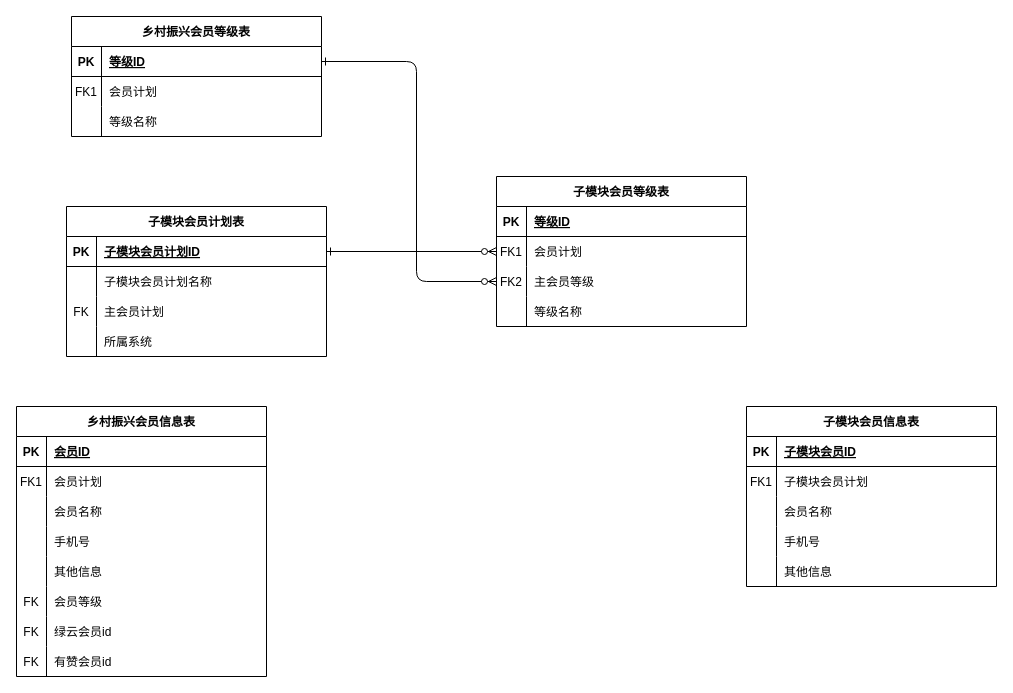
This is 未命名绘图.drawio from NASApilot/ACO, a draw.io file, before an edit. Source tidied: cells renumbered, new cells numbered last; positions are measured from the earlier drawing's top-left corner, leaving out a move shared by most shapes. Both pictures are drawn from the tidied source at 100%, with x=0, y=0 at pixel (16, 16).
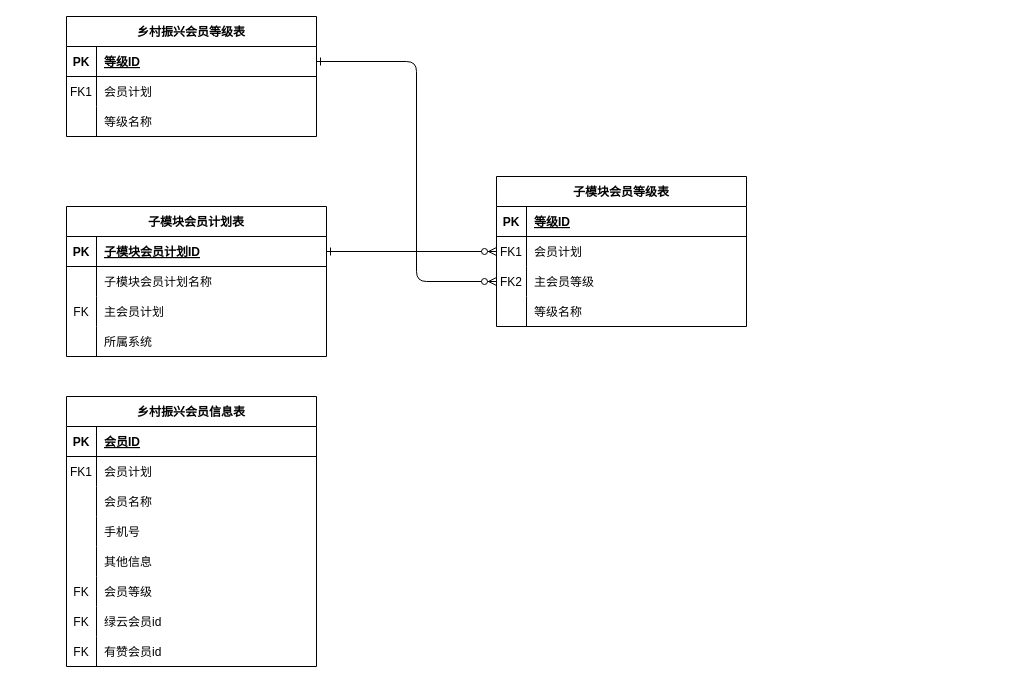
Above is the later version.

Commit message:
更新未命名绘图.drawio

The edit, as a diff of the source:
```diff
@@
     <mxCell id="28" value="乡村振兴会员等级表" style="shape=table;startSize=30;childLayout=tableLayout;rowLines=0;fontStyle=1;align=center;" parent="1" vertex="1">
-      <mxGeometry x="55" width="250" height="120" as="geometry" />
+      <mxGeometry x="50" width="250" height="120" as="geometry" />
     </mxCell>
@@
     <mxCell id="40" value="乡村振兴会员信息表" style="shape=table;startSize=30;childLayout=tableLayout;rowLines=0;fontStyle=1;align=center;" parent="1" vertex="1">
-      <mxGeometry y="390" width="250" height="270" as="geometry" />
+      <mxGeometry x="50" y="380" width="250" height="270" as="geometry" />
     </mxCell>
@@
-    <mxCell id="65" value="子模块会员信息表" style="shape=table;startSize=30;childLayout=tableLayout;rowLines=0;fontStyle=1;align=center;" parent="1" vertex="1">
-      <mxGeometry x="730" y="390" width="250" height="180" as="geometry" />
-    </mxCell>
-    <mxCell id="66" style="shape=partialRectangle;fillColor=none;top=0;left=0;right=0;bottom=1;" parent="65" vertex="1">
-      <mxGeometry y="30" width="250" height="30" as="geometry" />
-    </mxCell>
-    <mxCell id="67" value="PK" style="shape=partialRectangle;overflow=hidden;fillColor=none;top=0;left=0;bottom=0;right=0;fontStyle=1;" parent="66" vertex="1">
-      <mxGeometry width="30" height="30" as="geometry" />
-    </mxCell>
-    <mxCell id="68" value="子模块会员ID" style="shape=partialRectangle;overflow=hidden;fillColor=none;top=0;left=0;bottom=0;right=0;align=left;spacingLeft=6;fontStyle=5;" parent="66" vertex="1">
-      <mxGeometry x="30" width="220" height="30" as="geometry" />
-    </mxCell>
-    <mxCell id="69" style="shape=partialRectangle;fillColor=none;top=0;left=0;right=0;bottom=0;" parent="65" vertex="1">
-      <mxGeometry y="60" width="250" height="30" as="geometry" />
-    </mxCell>
-    <mxCell id="70" value="FK1" style="shape=partialRectangle;overflow=hidden;fillColor=none;top=0;left=0;bottom=0;right=0;" parent="69" vertex="1">
-      <mxGeometry width="30" height="30" as="geometry" />
-    </mxCell>
-    <mxCell id="71" value="子模块会员计划" style="shape=partialRectangle;overflow=hidden;fillColor=none;top=0;left=0;bottom=0;right=0;align=left;spacingLeft=6;" parent="69" vertex="1">
-      <mxGeometry x="30" width="220" height="30" as="geometry" />
-    </mxCell>
-    <mxCell id="72" style="shape=partialRectangle;fillColor=none;top=0;left=0;right=0;bottom=0;" parent="65" vertex="1">
-      <mxGeometry y="90" width="250" height="30" as="geometry" />
-    </mxCell>
-    <mxCell id="73" style="shape=partialRectangle;overflow=hidden;fillColor=none;top=0;left=0;bottom=0;right=0;" parent="72" vertex="1">
-      <mxGeometry width="30" height="30" as="geometry" />
-    </mxCell>
-    <mxCell id="74" value="会员名称" style="shape=partialRectangle;overflow=hidden;fillColor=none;top=0;left=0;bottom=0;right=0;align=left;spacingLeft=6;" parent="72" vertex="1">
-      <mxGeometry x="30" width="220" height="30" as="geometry" />
-    </mxCell>
-    <mxCell id="75" style="shape=partialRectangle;fillColor=none;top=0;left=0;right=0;bottom=0;" parent="65" vertex="1">
-      <mxGeometry y="120" width="250" height="30" as="geometry" />
-    </mxCell>
-    <mxCell id="76" style="shape=partialRectangle;overflow=hidden;fillColor=none;top=0;left=0;bottom=0;right=0;" parent="75" vertex="1">
-      <mxGeometry width="30" height="30" as="geometry" />
-    </mxCell>
-    <mxCell id="77" value="手机号" style="shape=partialRectangle;overflow=hidden;fillColor=none;top=0;left=0;bottom=0;right=0;align=left;spacingLeft=6;" parent="75" vertex="1">
-      <mxGeometry x="30" width="220" height="30" as="geometry" />
-    </mxCell>
-    <mxCell id="78" style="shape=partialRectangle;fillColor=none;top=0;left=0;right=0;bottom=0;" parent="65" vertex="1">
-      <mxGeometry y="150" width="250" height="30" as="geometry" />
-    </mxCell>
-    <mxCell id="79" style="shape=partialRectangle;overflow=hidden;fillColor=none;top=0;left=0;bottom=0;right=0;" parent="78" vertex="1">
-      <mxGeometry width="30" height="30" as="geometry" />
-    </mxCell>
-    <mxCell id="80" value="其他信息" style="shape=partialRectangle;overflow=hidden;fillColor=none;top=0;left=0;bottom=0;right=0;align=left;spacingLeft=6;" parent="78" vertex="1">
-      <mxGeometry x="30" width="220" height="30" as="geometry" />
-    </mxCell>
```
